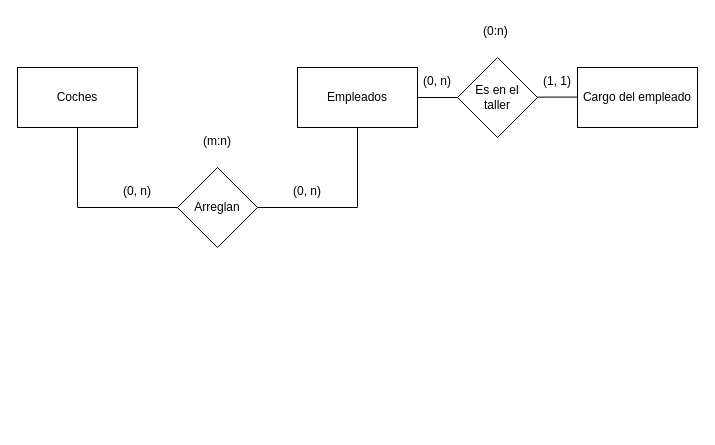
Before: Diagrama_Ejemplo.drawio in Lioteronn/erp-diagrams, a draw.io diagram. Source tidied: cells renumbered, new cells numbered last; positions are measured from the earlier drawing's top-left corner, leaving out a move shared by most shapes. Both pictures are drawn from the tidied source at 100%, with x=0, y=0 at pixel (17, 17).
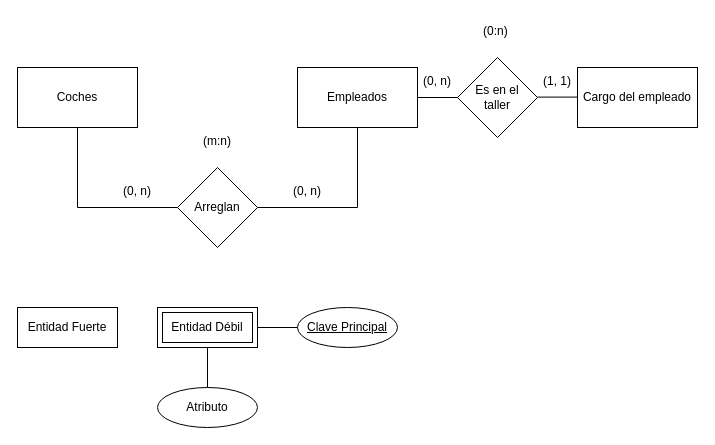
The same diagram, later.

Change to the diagram source:
```diff
@@
+    <mxCell id="17" value="Entidad Fuerte" style="whiteSpace=wrap;html=1;align=center;" parent="1" vertex="1">
+      <mxGeometry y="290" width="100" height="40" as="geometry" />
+    </mxCell>
+    <mxCell id="18" value="Entidad Débil" style="shape=ext;margin=3;double=1;whiteSpace=wrap;html=1;align=center;" parent="1" vertex="1">
+      <mxGeometry x="140" y="290" width="100" height="40" as="geometry" />
+    </mxCell>
+    <mxCell id="19" value="Atributo" style="ellipse;whiteSpace=wrap;html=1;align=center;" parent="1" vertex="1">
+      <mxGeometry x="140" y="370" width="100" height="40" as="geometry" />
+    </mxCell>
+    <mxCell id="20" value="Clave Principal" style="ellipse;whiteSpace=wrap;html=1;align=center;fontStyle=4;" parent="1" vertex="1">
+      <mxGeometry x="280" y="290" width="100" height="40" as="geometry" />
+    </mxCell>
+    <mxCell id="21" style="endArrow=none;html=1;rounded=0;exitX=0.5;exitY=1;exitDx=0;exitDy=0;entryX=0.5;entryY=0;entryDx=0;entryDy=0;" parent="1" edge="1" source="18" target="19">
+      <mxGeometry relative="1" as="geometry" />
+    </mxCell>
+    <mxCell id="22" style="endArrow=none;html=1;rounded=0;exitX=1;exitY=0.5;exitDx=0;exitDy=0;entryX=0;entryY=0.5;entryDx=0;entryDy=0;" parent="1" edge="1" source="18" target="20">
+      <mxGeometry relative="1" as="geometry" />
+    </mxCell>
```
